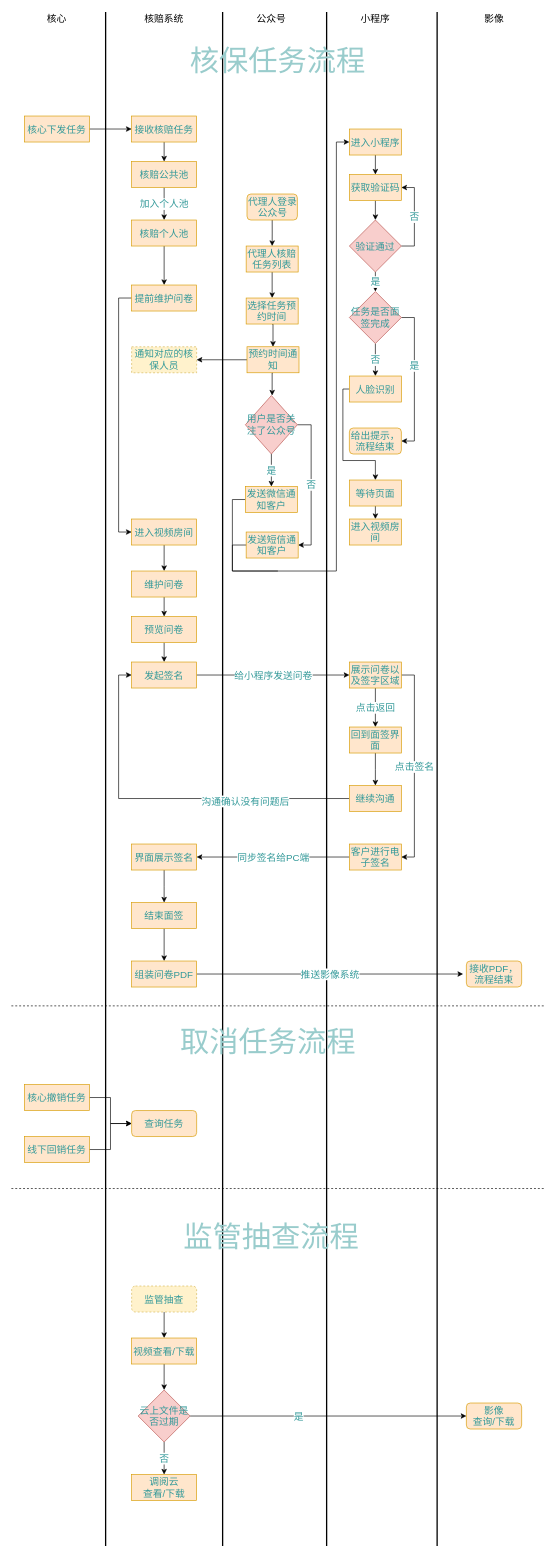
Earlier version of the draw.io diagram Untitled Diagram.drawio (slpgoblin/open-design). Source tidied: cells renumbered, new cells numbered last; positions are measured from the earlier drawing's top-left corner, leaving out a move shared by most shapes. Both pictures are drawn from the tidied source at 65%, with x=0, y=0 at pixel (11, 12).
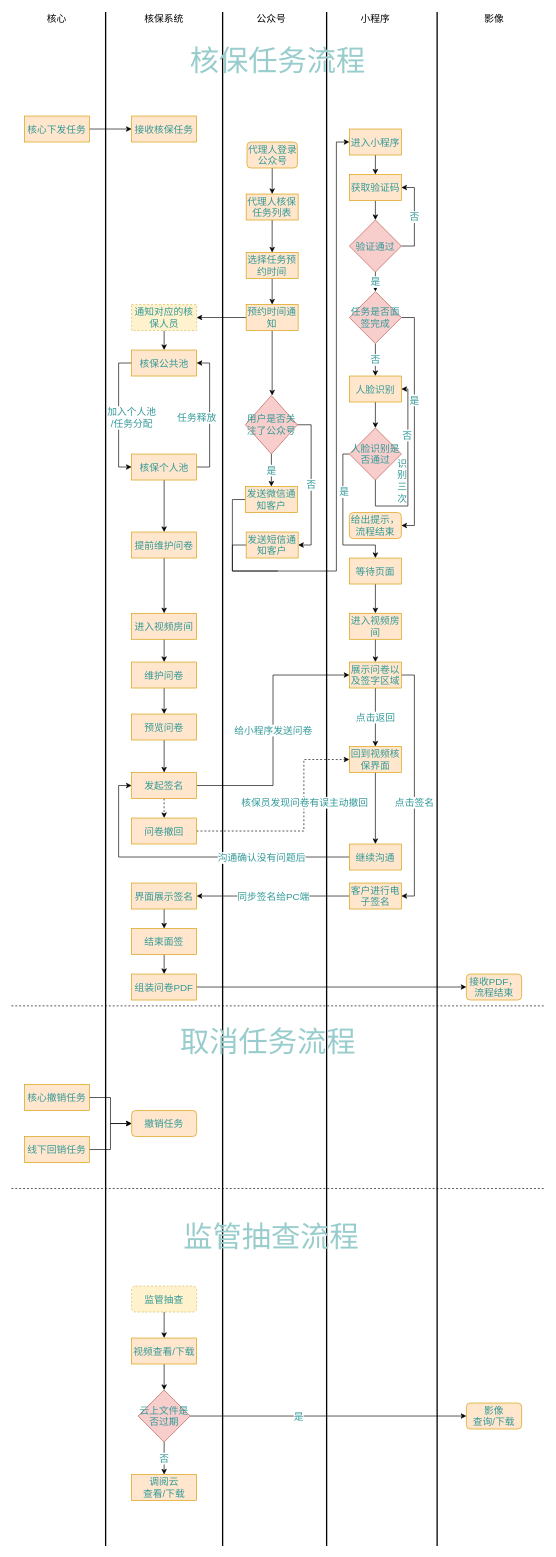
Above is the later version.

The change refers to these unchanged cells:
```xml
<mxCell id="48" value="人脸识别" style="rounded=0;whiteSpace=wrap;html=1;fontSize=15;fillColor=#ffe6cc;strokeColor=#d79b00;fontColor=#339999;" parent="1" vertex="1">
  <mxGeometry x="520" y="560" width="80" height="40" as="geometry" />
</mxCell>
<mxCell id="64" style="edgeStyle=orthogonalEdgeStyle;rounded=0;jettySize=auto;html=1;exitX=1;exitY=0.5;exitDx=0;exitDy=0;entryX=1;entryY=0.5;entryDx=0;entryDy=0;startArrow=none;startFill=0;endArrow=classic;endFill=1;fontSize=15;" parent="1" edge="1" source="66" target="71">
  <mxGeometry relative="1" as="geometry" />
</mxCell>
<mxCell id="66" value="展示问卷以及签字区域" style="rounded=0;whiteSpace=wrap;html=1;fontSize=15;fillColor=#ffe6cc;strokeColor=#d79b00;fontColor=#339999;" parent="1" vertex="1">
  <mxGeometry x="520" y="1000" width="80" height="40" as="geometry" />
</mxCell>
```

Change to the diagram source:
```diff
@@
-    <mxCell id="6" value="核赔系统" style="text;html=1;strokeColor=none;fillColor=none;align=center;verticalAlign=middle;whiteSpace=wrap;rounded=0;fontSize=15;" parent="1" vertex="1">
+    <mxCell id="6" value="核保系统" style="text;html=1;strokeColor=none;fillColor=none;align=center;verticalAlign=middle;whiteSpace=wrap;rounded=0;fontSize=15;" parent="1" vertex="1">
       <mxGeometry x="200" width="70" height="20" as="geometry" />
     </mxCell>
@@
-    <mxCell id="13" style="edgeStyle=orthogonalEdgeStyle;rounded=0;jettySize=auto;html=1;exitX=0.5;exitY=1;exitDx=0;exitDy=0;entryX=0.5;entryY=0;entryDx=0;entryDy=0;startArrow=none;startFill=0;endArrow=classic;endFill=1;fontSize=15;" parent="1" edge="1" source="14" target="16">
+    <mxCell id="13" style="edgeStyle=orthogonalEdgeStyle;rounded=0;jettySize=auto;html=1;exitX=0.5;exitY=1;exitDx=0;exitDy=0;entryX=0.5;entryY=0;entryDx=0;entryDy=0;startArrow=none;startFill=0;endArrow=classic;endFill=1;fontSize=15;" parent="1" edge="1" source="28" target="16">
       <mxGeometry relative="1" as="geometry" />
     </mxCell>
-    <mxCell id="14" value="接收核赔任务" style="rounded=0;whiteSpace=wrap;html=1;fontSize=15;fillColor=#ffe6cc;strokeColor=#d79b00;fontColor=#339999;" parent="1" vertex="1">
+    <mxCell id="14" value="接收核保任务" style="rounded=0;whiteSpace=wrap;html=1;fontSize=15;fillColor=#ffe6cc;strokeColor=#d79b00;fontColor=#339999;" parent="1" vertex="1">
       <mxGeometry x="185" y="160" width="100" height="40" as="geometry" />
     </mxCell>
-    <mxCell id="15" value="加入个人池" style="edgeStyle=orthogonalEdgeStyle;rounded=0;jettySize=auto;html=1;exitX=0.5;exitY=1;exitDx=0;exitDy=0;fontSize=15;fontColor=#339999;" parent="1" edge="1" source="16">
-      <mxGeometry relative="1" as="geometry">
-        <mxPoint x="235" y="320" as="targetPoint" />
-      </mxGeometry>
-    </mxCell>
+    <mxCell id="102" value="加入个人池&lt;br&gt;/任务分配" style="edgeStyle=orthogonalEdgeStyle;rounded=0;jettySize=auto;html=1;exitX=0;exitY=0.5;exitDx=0;exitDy=0;entryX=0;entryY=0.5;entryDx=0;entryDy=0;fontSize=15;fontColor=#339999;" parent="1" edge="1" source="16" target="18">
+      <mxGeometry x="0.04" y="20" relative="1" as="geometry" />
+    </mxCell>
-    <mxCell id="16" value="核赔公共池" style="rounded=0;whiteSpace=wrap;html=1;fontSize=15;fillColor=#ffe6cc;strokeColor=#d79b00;fontColor=#339999;" parent="1" vertex="1">
-      <mxGeometry x="185" y="230" width="100" height="40" as="geometry" />
+    <mxCell id="16" value="核保公共池" style="rounded=0;whiteSpace=wrap;html=1;fontSize=15;fillColor=#ffe6cc;strokeColor=#d79b00;fontColor=#339999;" parent="1" vertex="1">
+      <mxGeometry x="185" y="520" width="100" height="40" as="geometry" />
     </mxCell>
@@
+    <mxCell id="103" value="任务释放" style="edgeStyle=orthogonalEdgeStyle;rounded=0;jettySize=auto;html=1;exitX=1;exitY=0.5;exitDx=0;exitDy=0;entryX=1;entryY=0.5;entryDx=0;entryDy=0;fontSize=15;fontColor=#339999;" parent="1" edge="1" source="18" target="16">
+      <mxGeometry x="-0.04" y="20" relative="1" as="geometry" />
+    </mxCell>
-    <mxCell id="18" value="核赔个人池" style="rounded=0;whiteSpace=wrap;html=1;fontSize=15;fillColor=#ffe6cc;strokeColor=#d79b00;fontColor=#339999;" parent="1" vertex="1">
-      <mxGeometry x="185" y="320" width="100" height="40" as="geometry" />
+    <mxCell id="18" value="核保个人池" style="rounded=0;whiteSpace=wrap;html=1;fontSize=15;fillColor=#ffe6cc;strokeColor=#d79b00;fontColor=#339999;" parent="1" vertex="1">
+      <mxGeometry x="185" y="680" width="100" height="40" as="geometry" />
     </mxCell>
@@
-    <mxCell id="20" value="代理人核赔任务列表" style="rounded=0;whiteSpace=wrap;html=1;fontSize=15;fillColor=#ffe6cc;strokeColor=#d79b00;labelBackgroundColor=none;fontColor=#339999;" parent="1" vertex="1">
-      <mxGeometry x="361.2" y="360" width="80" height="40" as="geometry" />
+    <mxCell id="20" value="代理人核保任务列表" style="rounded=0;whiteSpace=wrap;html=1;fontSize=15;fillColor=#ffe6cc;strokeColor=#d79b00;labelBackgroundColor=none;fontColor=#339999;" parent="1" vertex="1">
+      <mxGeometry x="361.2" y="280" width="80" height="40" as="geometry" />
     </mxCell>
@@
     <mxCell id="22" value="代理人登录公众号" style="rounded=1;whiteSpace=wrap;html=1;fontSize=15;fillColor=#ffe6cc;strokeColor=#d79b00;fontColor=#339999;" parent="1" vertex="1">
-      <mxGeometry x="362.5" y="280" width="77.5" height="40" as="geometry" />
+      <mxGeometry x="362.5" y="200" width="77.5" height="40" as="geometry" />
     </mxCell>
@@
     <mxCell id="24" value="选择任务预约时间" style="rounded=0;whiteSpace=wrap;html=1;fontSize=15;fillColor=#ffe6cc;strokeColor=#d79b00;fontColor=#339999;" parent="1" vertex="1">
-      <mxGeometry x="361.2" y="440" width="80" height="40" as="geometry" />
+      <mxGeometry x="361.2" y="370" width="80" height="40" as="geometry" />
     </mxCell>
@@
     <mxCell id="27" value="预约时间通知" style="rounded=0;whiteSpace=wrap;html=1;fontSize=15;fillColor=#ffe6cc;strokeColor=#d79b00;fontColor=#339999;" parent="1" vertex="1">
-      <mxGeometry x="362.5" y="515" width="80" height="40" as="geometry" />
+      <mxGeometry x="361.2" y="450" width="80" height="40" as="geometry" />
     </mxCell>
-    <mxCell id="28" value="通知对应的核保人员" style="rounded=0;whiteSpace=wrap;html=1;fontSize=15;dashed=1;fillColor=#fff2cc;strokeColor=#d6b656;fontColor=#339999;" parent="1" vertex="1">
-      <mxGeometry x="185" y="515" width="100" height="40" as="geometry" />
-    </mxCell>
@@
-    <mxCell id="47" style="edgeStyle=orthogonalEdgeStyle;rounded=0;jettySize=auto;html=1;exitX=0;exitY=0.5;exitDx=0;exitDy=0;startArrow=none;startFill=0;endArrow=classic;endFill=1;fontSize=15;" parent="1" edge="1" source="48">
-      <mxGeometry relative="1" as="geometry">
-        <mxPoint x="560" y="720" as="targetPoint" />
-        <Array as="points">
-          <mxPoint x="510" y="580" />
-          <mxPoint x="510" y="690" />
-          <mxPoint x="560" y="690" />
-        </Array>
-      </mxGeometry>
-    </mxCell>
+    <mxCell id="104" style="edgeStyle=orthogonalEdgeStyle;rounded=0;jettySize=auto;html=1;exitX=0.5;exitY=1;exitDx=0;exitDy=0;" parent="1" edge="1" source="48" target="116">
+      <mxGeometry relative="1" as="geometry" />
+    </mxCell>
@@
     <mxCell id="49" value="给出提示，流程结束" style="rounded=1;whiteSpace=wrap;html=1;fontSize=15;fillColor=#ffe6cc;strokeColor=#d79b00;fontColor=#339999;" parent="1" vertex="1">
-      <mxGeometry x="520" y="640" width="80" height="40" as="geometry" />
+      <mxGeometry x="520" y="770" width="80" height="40" as="geometry" />
     </mxCell>
@@
     <mxCell id="51" value="等待页面" style="rounded=0;whiteSpace=wrap;html=1;fontSize=15;fillColor=#ffe6cc;strokeColor=#d79b00;fontColor=#339999;" parent="1" vertex="1">
-      <mxGeometry x="520" y="720" width="80" height="40" as="geometry" />
+      <mxGeometry x="520" y="840" width="80" height="40" as="geometry" />
     </mxCell>
-    <mxCell id="52" style="edgeStyle=orthogonalEdgeStyle;rounded=0;jettySize=auto;html=1;exitX=0;exitY=0.5;exitDx=0;exitDy=0;entryX=0;entryY=0.5;entryDx=0;entryDy=0;startArrow=none;startFill=0;endArrow=classic;endFill=1;fontSize=15;" parent="1" edge="1" source="53" target="55">
+    <mxCell id="52" style="edgeStyle=orthogonalEdgeStyle;rounded=0;jettySize=auto;html=1;exitX=0.5;exitY=1;exitDx=0;exitDy=0;entryX=0.5;entryY=0;entryDx=0;entryDy=0;" parent="1" edge="1" source="53" target="55">
       <mxGeometry relative="1" as="geometry" />
     </mxCell>
     <mxCell id="53" value="提前维护问卷" style="rounded=0;whiteSpace=wrap;html=1;fontSize=15;fillColor=#ffe6cc;strokeColor=#d79b00;fontColor=#339999;" parent="1" vertex="1">
-      <mxGeometry x="185" y="420" width="100" height="40" as="geometry" />
+      <mxGeometry x="185" y="800" width="100" height="40" as="geometry" />
     </mxCell>
-    <mxCell id="54" style="edgeStyle=orthogonalEdgeStyle;rounded=0;jettySize=auto;html=1;exitX=0.5;exitY=1;exitDx=0;exitDy=0;startArrow=none;startFill=0;endArrow=classic;endFill=1;fontSize=15;" parent="1" edge="1" source="55">
-      <mxGeometry relative="1" as="geometry">
-        <mxPoint x="235" y="860" as="targetPoint" />
-      </mxGeometry>
-    </mxCell>
+    <mxCell id="105" style="edgeStyle=orthogonalEdgeStyle;rounded=0;jettySize=auto;html=1;exitX=0.5;exitY=1;exitDx=0;exitDy=0;entryX=0.5;entryY=0;entryDx=0;entryDy=0;fontSize=15;fontColor=#339999;" parent="1" edge="1" source="55" target="58">
+      <mxGeometry relative="1" as="geometry" />
+    </mxCell>
     <mxCell id="55" value="进入视频房间" style="rounded=0;whiteSpace=wrap;html=1;fontSize=15;fillColor=#ffe6cc;strokeColor=#d79b00;fontColor=#339999;" parent="1" vertex="1">
-      <mxGeometry x="185" y="780" width="100" height="40" as="geometry" />
+      <mxGeometry x="185" y="925" width="100" height="40" as="geometry" />
     </mxCell>
+    <mxCell id="106" style="edgeStyle=orthogonalEdgeStyle;rounded=0;jettySize=auto;html=1;exitX=0.5;exitY=1;exitDx=0;exitDy=0;entryX=0.5;entryY=0;entryDx=0;entryDy=0;fontSize=15;fontColor=#339999;" parent="1" edge="1" source="56" target="66">
+      <mxGeometry relative="1" as="geometry" />
+    </mxCell>
     <mxCell id="56" value="进入视频房间" style="rounded=0;whiteSpace=wrap;html=1;fontSize=15;fillColor=#ffe6cc;strokeColor=#d79b00;fontColor=#339999;" parent="1" vertex="1">
-      <mxGeometry x="520" y="780" width="80" height="40" as="geometry" />
+      <mxGeometry x="520" y="925" width="80" height="40" as="geometry" />
     </mxCell>
@@
     <mxCell id="58" value="维护问卷" style="rounded=0;whiteSpace=wrap;html=1;fontSize=15;fillColor=#ffe6cc;strokeColor=#d79b00;fontColor=#339999;" parent="1" vertex="1">
-      <mxGeometry x="185" y="860" width="100" height="40" as="geometry" />
+      <mxGeometry x="185" y="1000" width="100" height="40" as="geometry" />
     </mxCell>
@@
     <mxCell id="60" value="预览问卷" style="rounded=0;whiteSpace=wrap;html=1;fontSize=15;fillColor=#ffe6cc;strokeColor=#d79b00;fontColor=#339999;" parent="1" vertex="1">
-      <mxGeometry x="185" y="930" width="100" height="40" as="geometry" />
+      <mxGeometry x="185" y="1080" width="100" height="40" as="geometry" />
     </mxCell>
@@
+    <mxCell id="107" style="edgeStyle=orthogonalEdgeStyle;rounded=0;jettySize=auto;html=1;exitX=0.5;exitY=1;exitDx=0;exitDy=0;entryX=0.5;entryY=0;entryDx=0;entryDy=0;fontSize=15;fontColor=#339999;dashed=1;" parent="1" edge="1" source="62" target="119">
+      <mxGeometry relative="1" as="geometry" />
+    </mxCell>
     <mxCell id="62" value="发起签名" style="rounded=0;whiteSpace=wrap;html=1;fontSize=15;fillColor=#ffe6cc;strokeColor=#d79b00;fontColor=#339999;" parent="1" vertex="1">
-      <mxGeometry x="185" y="1000" width="100" height="40" as="geometry" />
+      <mxGeometry x="185" y="1170" width="100" height="40" as="geometry" />
     </mxCell>
@@
     <mxCell id="65" value="点击签名" style="edgeLabel;html=1;align=center;verticalAlign=middle;fontSize=15;fontColor=#339999;" parent="64" vertex="1">
       <mxGeometry x="-0.17" y="-1" relative="1" as="geometry">
-        <mxPoint y="27" as="offset" />
+        <mxPoint y="57" as="offset" />
       </mxGeometry>
     </mxCell>
@@
-    <mxCell id="67" style="edgeStyle=orthogonalEdgeStyle;rounded=0;jettySize=auto;html=1;exitX=0.5;exitY=1;exitDx=0;exitDy=0;entryX=0.5;entryY=0;entryDx=0;entryDy=0;startArrow=none;startFill=0;endArrow=classic;endFill=1;fontSize=15;" parent="1" edge="1" source="68">
-      <mxGeometry relative="1" as="geometry">
-        <mxPoint x="560" y="1190" as="targetPoint" />
-      </mxGeometry>
-    </mxCell>
+    <mxCell id="108" style="edgeStyle=orthogonalEdgeStyle;rounded=0;jettySize=auto;html=1;exitX=0.5;exitY=1;exitDx=0;exitDy=0;entryX=0.5;entryY=0;entryDx=0;entryDy=0;fontSize=15;fontColor=#339999;" parent="1" edge="1" source="68" target="74">
+      <mxGeometry relative="1" as="geometry" />
+    </mxCell>
-    <mxCell id="68" value="回到面签界面" style="rounded=0;whiteSpace=wrap;html=1;fontSize=15;fillColor=#ffe6cc;strokeColor=#d79b00;fontColor=#339999;" parent="1" vertex="1">
-      <mxGeometry x="520" y="1100" width="80" height="40" as="geometry" />
+    <mxCell id="68" value="回到视频核保界面" style="rounded=0;whiteSpace=wrap;html=1;fontSize=15;fillColor=#ffe6cc;strokeColor=#d79b00;fontColor=#339999;" parent="1" vertex="1">
+      <mxGeometry x="520" y="1130" width="80" height="40" as="geometry" />
     </mxCell>
@@
     <mxCell id="71" value="客户进行电子签名" style="rounded=0;whiteSpace=wrap;html=1;fontSize=15;fillColor=#ffe6cc;strokeColor=#d79b00;fontColor=#339999;" parent="1" vertex="1">
-      <mxGeometry x="520" y="1280" width="80" height="40" as="geometry" />
+      <mxGeometry x="520" y="1340" width="80" height="40" as="geometry" />
     </mxCell>
     <mxCell id="72" style="edgeStyle=orthogonalEdgeStyle;rounded=0;jettySize=auto;html=1;exitX=0;exitY=0.5;exitDx=0;exitDy=0;entryX=0;entryY=0.5;entryDx=0;entryDy=0;startArrow=none;startFill=0;endArrow=classic;endFill=1;fontSize=15;" parent="1" edge="1" source="74" target="62">
-      <mxGeometry relative="1" as="geometry" />
+      <mxGeometry relative="1" as="geometry">
+        <Array as="points">
+          <mxPoint x="520" y="1300" />
+          <mxPoint x="165" y="1300" />
+          <mxPoint x="165" y="1190" />
+        </Array>
+      </mxGeometry>
     </mxCell>
     <mxCell id="73" value="沟通确认没有问题后" style="edgeLabel;html=1;align=center;verticalAlign=middle;fontSize=15;fontColor=#339999;" parent="72" vertex="1">
-      <mxGeometry x="-0.43" y="3" relative="1" as="geometry" />
+      <mxGeometry x="-0.43" y="3" relative="1" as="geometry">
+        <mxPoint x="2" y="-3" as="offset" />
+      </mxGeometry>
     </mxCell>
     <mxCell id="74" value="继续沟通" style="rounded=0;whiteSpace=wrap;html=1;fontSize=15;fillColor=#ffe6cc;strokeColor=#d79b00;fontColor=#339999;" parent="1" vertex="1">
-      <mxGeometry x="520" y="1190" width="80" height="40" as="geometry" />
+      <mxGeometry x="520" y="1280" width="80" height="40" as="geometry" />
     </mxCell>
-    <mxCell id="75" style="edgeStyle=orthogonalEdgeStyle;rounded=0;jettySize=auto;html=1;exitX=0.5;exitY=1;exitDx=0;exitDy=0;startArrow=none;startFill=0;endArrow=classic;endFill=1;fontSize=15;" parent="1" edge="1" source="76">
-      <mxGeometry relative="1" as="geometry">
-        <mxPoint x="235" y="1370" as="targetPoint" />
-      </mxGeometry>
-    </mxCell>
+    <mxCell id="109" style="edgeStyle=orthogonalEdgeStyle;rounded=0;jettySize=auto;html=1;exitX=0.5;exitY=1;exitDx=0;exitDy=0;entryX=0.5;entryY=0;entryDx=0;entryDy=0;fontSize=15;fontColor=#339999;" parent="1" edge="1" source="76" target="78">
+      <mxGeometry relative="1" as="geometry" />
+    </mxCell>
     <mxCell id="76" value="界面展示签名" style="rounded=0;whiteSpace=wrap;html=1;fontSize=15;fillColor=#ffe6cc;strokeColor=#d79b00;fontColor=#339999;" parent="1" vertex="1">
-      <mxGeometry x="185" y="1280" width="100" height="40" as="geometry" />
+      <mxGeometry x="185" y="1340" width="100" height="40" as="geometry" />
     </mxCell>
@@
     <mxCell id="78" value="结束面签" style="rounded=0;whiteSpace=wrap;html=1;fontSize=15;fillColor=#ffe6cc;strokeColor=#d79b00;fontColor=#339999;" parent="1" vertex="1">
-      <mxGeometry x="185" y="1370" width="100" height="40" as="geometry" />
+      <mxGeometry x="185" y="1410" width="100" height="40" as="geometry" />
     </mxCell>
-    <mxCell id="79" value="推送影像系统" style="edgeStyle=orthogonalEdgeStyle;rounded=0;jettySize=auto;html=1;exitX=1;exitY=0.5;exitDx=0;exitDy=0;startArrow=none;startFill=0;endArrow=classic;endFill=1;fontSize=15;fontColor=#339999;" parent="1" edge="1" source="80">
-      <mxGeometry relative="1" as="geometry">
-        <mxPoint x="695" y="1480" as="targetPoint" />
-      </mxGeometry>
-    </mxCell>
+    <mxCell id="110" style="edgeStyle=orthogonalEdgeStyle;rounded=0;jettySize=auto;html=1;exitX=1;exitY=0.5;exitDx=0;exitDy=0;entryX=0;entryY=0.5;entryDx=0;entryDy=0;fontSize=15;fontColor=#339999;" parent="1" edge="1" source="80" target="83">
+      <mxGeometry relative="1" as="geometry" />
+    </mxCell>
     <mxCell id="80" value="组装问卷PDF" style="rounded=0;whiteSpace=wrap;html=1;fontSize=15;fillColor=#ffe6cc;strokeColor=#d79b00;fontColor=#339999;" parent="1" vertex="1">
-      <mxGeometry x="185" y="1460" width="100" height="40" as="geometry" />
+      <mxGeometry x="185" y="1480" width="100" height="40" as="geometry" />
     </mxCell>
@@
     <mxCell id="83" value="接收PDF，流程结束" style="rounded=1;whiteSpace=wrap;html=1;fontSize=15;fillColor=#ffe6cc;strokeColor=#d79b00;fontColor=#339999;" parent="1" vertex="1">
-      <mxGeometry x="700" y="1460" width="85" height="40" as="geometry" />
+      <mxGeometry x="700" y="1480" width="85" height="40" as="geometry" />
     </mxCell>
@@
-    <mxCell id="86" value="查询任务" style="rounded=1;whiteSpace=wrap;html=1;fontSize=15;fillColor=#ffe6cc;strokeColor=#d79b00;fontColor=#339999;" parent="1" vertex="1">
+    <mxCell id="86" value="撤销任务" style="rounded=1;whiteSpace=wrap;html=1;fontSize=15;fillColor=#ffe6cc;strokeColor=#d79b00;fontColor=#339999;" parent="1" vertex="1">
       <mxGeometry x="185" y="1690" width="100" height="40" as="geometry" />
     </mxCell>
@@
+    <mxCell id="28" value="通知对应的核保人员" style="rounded=0;whiteSpace=wrap;html=1;fontSize=15;dashed=1;fillColor=#fff2cc;strokeColor=#d6b656;fontColor=#339999;" parent="1" vertex="1">
+      <mxGeometry x="185" y="450" width="100" height="40" as="geometry" />
+    </mxCell>
+    <mxCell id="111" style="edgeStyle=orthogonalEdgeStyle;rounded=0;jettySize=auto;html=1;exitX=0;exitY=0.5;exitDx=0;exitDy=0;entryX=0.5;entryY=0;entryDx=0;entryDy=0;" parent="1" edge="1" source="116" target="51">
+      <mxGeometry relative="1" as="geometry">
+        <Array as="points">
+          <mxPoint x="510" y="680" />
+          <mxPoint x="510" y="820" />
+          <mxPoint x="560" y="820" />
+        </Array>
+      </mxGeometry>
+    </mxCell>
+    <mxCell id="112" value="是" style="edgeLabel;html=1;align=center;verticalAlign=middle;fontSize=15;fontColor=#339999;" parent="111" vertex="1">
+      <mxGeometry x="-0.39" y="1" relative="1" as="geometry" />
+    </mxCell>
+    <mxCell id="113" style="edgeStyle=orthogonalEdgeStyle;rounded=0;jettySize=auto;html=1;exitX=0.5;exitY=1;exitDx=0;exitDy=0;entryX=1;entryY=0.5;entryDx=0;entryDy=0;fontSize=15;fontColor=#339999;" parent="1" edge="1" source="116" target="48">
+      <mxGeometry relative="1" as="geometry">
+        <Array as="points">
+          <mxPoint x="560" y="760" />
+          <mxPoint x="610" y="760" />
+          <mxPoint x="610" y="580" />
+        </Array>
+      </mxGeometry>
+    </mxCell>
+    <mxCell id="114" value="识&lt;br&gt;别&lt;br&gt;三&lt;br&gt;次" style="edgeLabel;html=1;align=center;verticalAlign=middle;fontSize=15;fontColor=#339999;" parent="113" vertex="1">
+      <mxGeometry x="-0.03" relative="1" as="geometry">
+        <mxPoint x="-10" y="6" as="offset" />
+      </mxGeometry>
+    </mxCell>
+    <mxCell id="115" value="否" style="edgeLabel;html=1;align=center;verticalAlign=middle;fontSize=15;fontColor=#339999;" parent="113" vertex="1">
+      <mxGeometry x="0.43" y="2" relative="1" as="geometry" />
+    </mxCell>
+    <mxCell id="116" value="人脸识别是否通过" style="rhombus;whiteSpace=wrap;html=1;fontSize=15;fillColor=#f8cecc;strokeColor=#b85450;fontColor=#339999;" parent="1" vertex="1">
+      <mxGeometry x="520" y="640" width="80" height="80" as="geometry" />
+    </mxCell>
+    <mxCell id="117" style="edgeStyle=orthogonalEdgeStyle;rounded=0;jettySize=auto;html=1;exitX=1;exitY=0.5;exitDx=0;exitDy=0;entryX=0;entryY=0.5;entryDx=0;entryDy=0;fontSize=15;fontColor=#339999;dashed=1;" parent="1" edge="1" source="119" target="68">
+      <mxGeometry relative="1" as="geometry">
+        <Array as="points">
+          <mxPoint x="450" y="1260" />
+          <mxPoint x="450" y="1150" />
+        </Array>
+      </mxGeometry>
+    </mxCell>
+    <mxCell id="118" value="核保员发现问卷有误主动撤回" style="edgeLabel;html=1;align=center;verticalAlign=middle;fontSize=15;fontColor=#339999;" parent="117" vertex="1">
+      <mxGeometry x="-0.04" y="44" relative="1" as="geometry">
+        <mxPoint x="44" y="-44" as="offset" />
+      </mxGeometry>
+    </mxCell>
+    <mxCell id="119" value="问卷撤回" style="rounded=0;whiteSpace=wrap;html=1;fontSize=15;fillColor=#ffe6cc;strokeColor=#d79b00;fontColor=#339999;" parent="1" vertex="1">
+      <mxGeometry x="185" y="1240" width="100" height="40" as="geometry" />
+    </mxCell>
```
